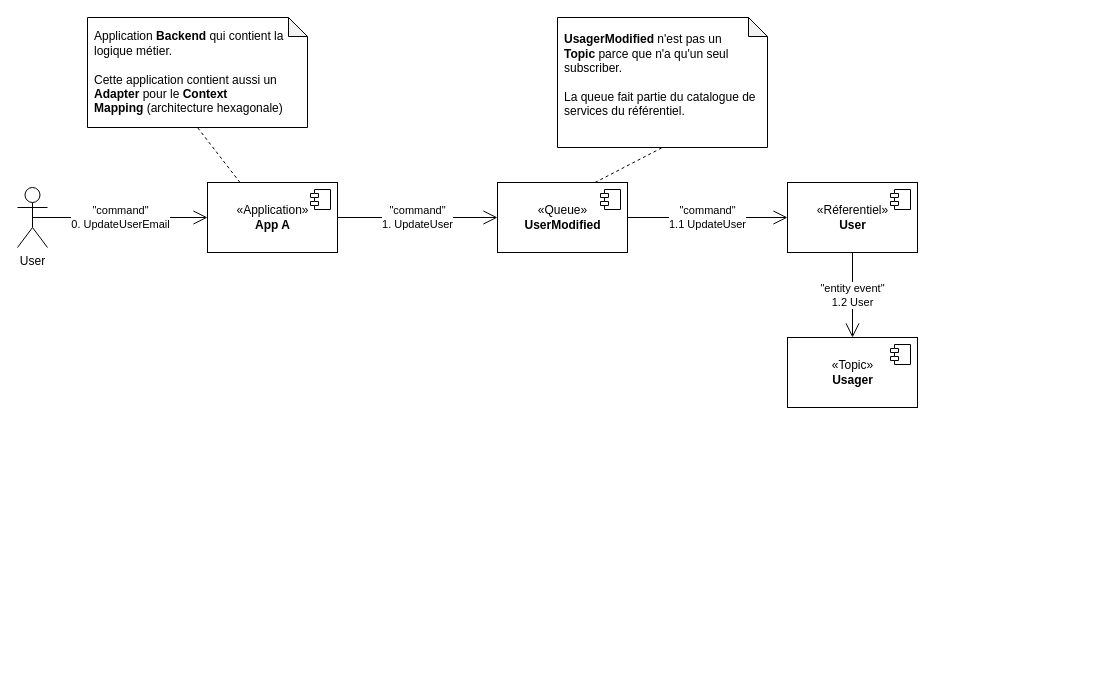
Earlier version of the draw.io diagram page "produce-and-consume-data" (3 of 6) of drafts/data-liberation.drawio (diplomegalo/event-driven). Source tidied: cells renumbered, new cells numbered last; positions are measured from the earlier drawing's top-left corner, leaving out a move shared by most shapes. Both pictures are drawn from the tidied source at 100%, with x=0, y=0 at pixel (17, 17).
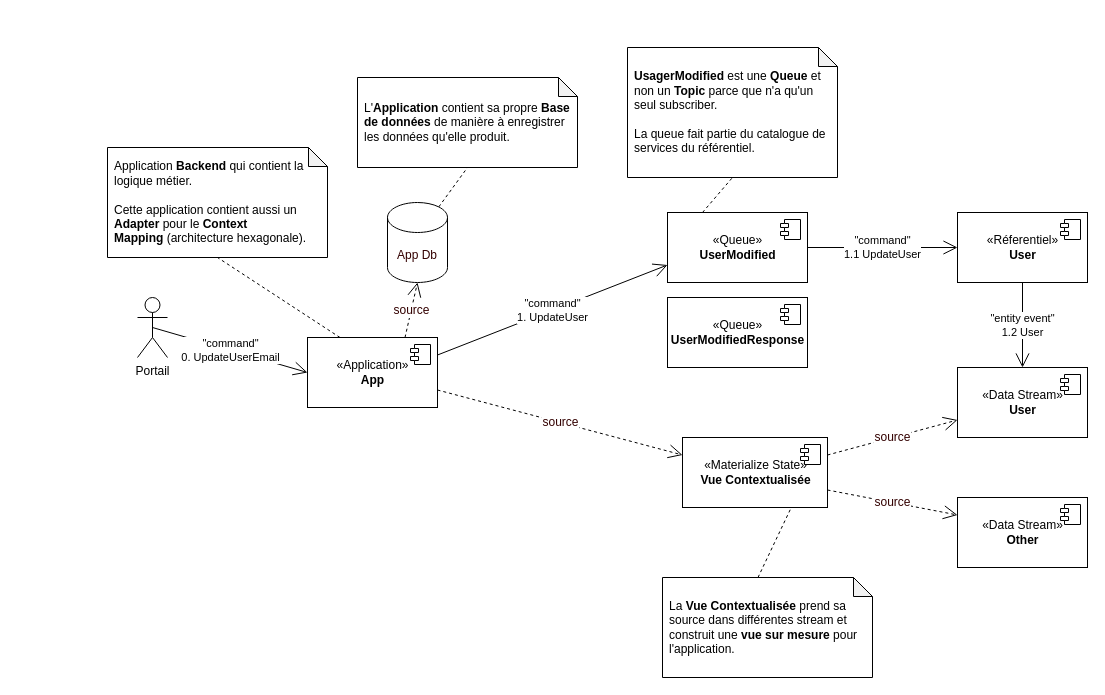
Above is the later version.

Commit message (it also covers changes not shown here):
data stream

The edit, as a diff of the source:
```diff
@@
-    <mxCell id="2" value="«Application»&lt;br&gt;&lt;b&gt;App A&lt;/b&gt;" style="html=1;" parent="1" vertex="1">
-      <mxGeometry x="190" y="165" width="130" height="70" as="geometry" />
+    <mxCell id="2" value="«Application»&lt;br&gt;&lt;b&gt;App&lt;/b&gt;" style="html=1;" parent="1" vertex="1">
+      <mxGeometry x="290" y="320" width="130" height="70" as="geometry" />
     </mxCell>
@@
-    <mxCell id="4" value="User" style="shape=umlActor;verticalLabelPosition=bottom;verticalAlign=top;html=1;outlineConnect=0;" parent="1" vertex="1">
-      <mxGeometry y="170" width="30" height="60" as="geometry" />
+    <mxCell id="4" value="Portail" style="shape=umlActor;verticalLabelPosition=bottom;verticalAlign=top;html=1;outlineConnect=0;" parent="1" vertex="1">
+      <mxGeometry x="120" y="280" width="30" height="60" as="geometry" />
     </mxCell>
@@
-    <mxCell id="6" value="Application &lt;b&gt;Backend&lt;/b&gt; qui contient la logique métier. &lt;br&gt;&lt;br&gt;Cette application contient aussi un &lt;b&gt;Adapter&lt;/b&gt; pour le &lt;b&gt;Context Mapping&lt;/b&gt;&amp;nbsp;(architecture hexagonale)" style="shape=note;whiteSpace=wrap;html=1;backgroundOutline=1;darkOpacity=0.05;size=19;align=left;spacingLeft=5;spacingRight=0;" parent="1" vertex="1">
-      <mxGeometry x="70" width="220" height="110" as="geometry" />
+    <mxCell id="6" value="Application &lt;b&gt;Backend&lt;/b&gt; qui contient la logique métier. &lt;br&gt;&lt;br&gt;Cette application contient aussi un &lt;b&gt;Adapter&lt;/b&gt; pour le &lt;b&gt;Context Mapping&lt;/b&gt;&amp;nbsp;(architecture hexagonale)." style="shape=note;whiteSpace=wrap;html=1;backgroundOutline=1;darkOpacity=0.05;size=19;align=left;spacingLeft=5;spacingRight=0;" parent="1" vertex="1">
+      <mxGeometry x="90" y="130" width="220" height="110" as="geometry" />
     </mxCell>
@@
     <mxCell id="8" value="«Queue»&lt;br&gt;&lt;b&gt;UserModified&lt;/b&gt;" style="html=1;" parent="1" vertex="1">
-      <mxGeometry x="480" y="165" width="130" height="70" as="geometry" />
+      <mxGeometry x="650" y="195" width="140" height="70" as="geometry" />
     </mxCell>
@@
-    <mxCell id="10" value="&lt;b&gt;UsagerModified&lt;/b&gt; n'est pas un &lt;b&gt;Topic&lt;/b&gt;&amp;nbsp;parce que n'a qu'un seul subscriber.&lt;br&gt;&lt;br&gt;La queue fait partie du catalogue de services du référentiel.&lt;br&gt;&lt;br&gt;" style="shape=note;whiteSpace=wrap;html=1;backgroundOutline=1;darkOpacity=0.05;size=19;align=left;spacingLeft=5;spacingRight=0;" parent="1" vertex="1">
-      <mxGeometry x="540" width="210" height="130" as="geometry" />
+    <mxCell id="10" value="&lt;b&gt;UsagerModified&lt;/b&gt;&amp;nbsp;est une &lt;b&gt;Queue&lt;/b&gt; et non un &lt;b&gt;Topic&lt;/b&gt;&amp;nbsp;parce que n'a qu'un seul subscriber.&lt;br&gt;&lt;br&gt;La queue fait partie du catalogue de services du référentiel.&lt;br&gt;" style="shape=note;whiteSpace=wrap;html=1;backgroundOutline=1;darkOpacity=0.05;size=19;align=left;spacingLeft=5;spacingRight=0;" parent="1" vertex="1">
+      <mxGeometry x="610" y="30" width="210" height="130" as="geometry" />
     </mxCell>
-    <mxCell id="11" value="&quot;command&quot;&lt;br&gt;1. UpdateUser" style="endArrow=open;endFill=1;endSize=12;html=1;exitX=1;exitY=0.5;exitDx=0;exitDy=0;entryX=0;entryY=0.5;entryDx=0;entryDy=0;" parent="1" edge="1" source="2" target="8">
+    <mxCell id="11" value="&quot;command&quot;&lt;br&gt;1. UpdateUser" style="endArrow=open;endFill=1;endSize=12;html=1;exitX=1;exitY=0.25;exitDx=0;exitDy=0;entryX=0;entryY=0.75;entryDx=0;entryDy=0;" parent="1" edge="1" source="2" target="8">
       <mxGeometry relative="1" as="geometry" />
     </mxCell>
-    <mxCell id="12" style="endArrow=none;dashed=1;html=1;exitX=0.75;exitY=0;exitDx=0;exitDy=0;entryX=0.5;entryY=1;entryDx=0;entryDy=0;entryPerimeter=0;" parent="1" edge="1" source="8" target="10">
+    <mxCell id="12" style="endArrow=none;dashed=1;html=1;exitX=0.25;exitY=0;exitDx=0;exitDy=0;entryX=0.5;entryY=1;entryDx=0;entryDy=0;entryPerimeter=0;" parent="1" edge="1" source="8" target="10">
       <mxGeometry relative="1" as="geometry" />
     </mxCell>
     <mxCell id="13" value="«Réferentiel»&lt;br&gt;&lt;b&gt;User&lt;/b&gt;" style="html=1;" parent="1" vertex="1">
-      <mxGeometry x="770" y="165" width="130" height="70" as="geometry" />
+      <mxGeometry x="940" y="195" width="130" height="70" as="geometry" />
     </mxCell>
@@
-    <mxCell id="16" value="«Topic»&lt;br&gt;&lt;b&gt;Usager&lt;/b&gt;" style="html=1;" parent="1" vertex="1">
-      <mxGeometry x="770" y="320" width="130" height="70" as="geometry" />
+    <mxCell id="16" value="«Data Stream»&lt;br&gt;&lt;b&gt;User&lt;/b&gt;" style="html=1;" parent="1" vertex="1">
+      <mxGeometry x="940" y="350" width="130" height="70" as="geometry" />
     </mxCell>
@@
+    <mxCell id="19" value="«Materialize State»&lt;br&gt;&lt;b&gt;Vue Contextualisée&lt;/b&gt;" style="html=1;" parent="1" vertex="1">
+      <mxGeometry x="665" y="420" width="145" height="70" as="geometry" />
+    </mxCell>
+    <mxCell id="20" style="shape=module;jettyWidth=8;jettyHeight=4;" parent="19" vertex="1">
+      <mxGeometry x="1" width="20" height="20" relative="1" as="geometry">
+        <mxPoint x="-27" y="7" as="offset" />
+      </mxGeometry>
+    </mxCell>
+    <mxCell id="21" value="«Data Stream»&lt;br&gt;&lt;b&gt;Other&lt;/b&gt;" style="html=1;" parent="1" vertex="1">
+      <mxGeometry x="940" y="480" width="130" height="70" as="geometry" />
+    </mxCell>
+    <mxCell id="22" style="shape=module;jettyWidth=8;jettyHeight=4;" parent="21" vertex="1">
+      <mxGeometry x="1" width="20" height="20" relative="1" as="geometry">
+        <mxPoint x="-27" y="7" as="offset" />
+      </mxGeometry>
+    </mxCell>
+    <mxCell id="23" value="source" style="endArrow=open;endSize=12;dashed=1;html=1;fontSize=12;fontColor=#330000;entryX=0;entryY=0.75;entryDx=0;entryDy=0;exitX=1;exitY=0.25;exitDx=0;exitDy=0;" parent="1" edge="1" source="19" target="16">
+      <mxGeometry relative="1" as="geometry" />
+    </mxCell>
+    <mxCell id="24" value="source" style="endArrow=open;endSize=12;dashed=1;html=1;fontSize=12;fontColor=#330000;entryX=0;entryY=0.25;entryDx=0;entryDy=0;exitX=1;exitY=0.75;exitDx=0;exitDy=0;" parent="1" edge="1" source="19" target="21">
+      <mxGeometry relative="1" as="geometry" />
+    </mxCell>
+    <mxCell id="25" value="source" style="endArrow=open;endSize=12;dashed=1;html=1;fontSize=12;fontColor=#330000;entryX=0;entryY=0.25;entryDx=0;entryDy=0;exitX=1;exitY=0.75;exitDx=0;exitDy=0;" parent="1" edge="1" source="2" target="19">
+      <mxGeometry relative="1" as="geometry" />
+    </mxCell>
+    <mxCell id="26" value="La&lt;b&gt; Vue Contextualisée&lt;/b&gt;&amp;nbsp;prend sa source dans différentes stream et construit une &lt;b&gt;vue sur mesure&lt;/b&gt;&amp;nbsp;pour l'application." style="shape=note;whiteSpace=wrap;html=1;backgroundOutline=1;darkOpacity=0.05;size=19;align=left;spacingLeft=5;spacingRight=0;" parent="1" vertex="1">
+      <mxGeometry x="645" y="560" width="210" height="100" as="geometry" />
+    </mxCell>
+    <mxCell id="27" style="endArrow=none;dashed=1;html=1;exitX=0;exitY=0;exitDx=95.5;exitDy=0;entryX=0.75;entryY=1;entryDx=0;entryDy=0;exitPerimeter=0;" parent="1" edge="1" source="26" target="19">
+      <mxGeometry relative="1" as="geometry" />
+    </mxCell>
+    <mxCell id="28" value="App Db" style="shape=cylinder3;whiteSpace=wrap;html=1;boundedLbl=1;backgroundOutline=1;size=15;fontSize=12;fontColor=#330000;align=center;" parent="1" vertex="1">
+      <mxGeometry x="370" y="185" width="60" height="80" as="geometry" />
+    </mxCell>
+    <mxCell id="29" value="source" style="endArrow=open;endSize=12;dashed=1;html=1;fontSize=12;fontColor=#330000;exitX=0.75;exitY=0;exitDx=0;exitDy=0;entryX=0.5;entryY=1;entryDx=0;entryDy=0;entryPerimeter=0;" parent="1" edge="1" source="2" target="28">
+      <mxGeometry relative="1" as="geometry" />
+    </mxCell>
+    <mxCell id="30" value="L'&lt;b&gt;Application&lt;/b&gt;&amp;nbsp;contient sa propre &lt;b&gt;Base de données&lt;/b&gt;&amp;nbsp;de manière à enregistrer les données qu'elle produit." style="shape=note;whiteSpace=wrap;html=1;backgroundOutline=1;darkOpacity=0.05;size=19;align=left;spacingLeft=5;spacingRight=0;" parent="1" vertex="1">
+      <mxGeometry x="340" y="60" width="220" height="90" as="geometry" />
+    </mxCell>
+    <mxCell id="31" style="endArrow=none;dashed=1;html=1;exitX=0.855;exitY=0;exitDx=0;exitDy=4.35;entryX=0.5;entryY=1;entryDx=0;entryDy=0;entryPerimeter=0;exitPerimeter=0;" parent="1" edge="1" source="28" target="30">
+      <mxGeometry relative="1" as="geometry" />
+    </mxCell>
+    <mxCell id="32" value="«Queue»&lt;br&gt;&lt;b&gt;UserModifiedResponse&lt;/b&gt;" style="html=1;" parent="1" vertex="1">
+      <mxGeometry x="650" y="280" width="140" height="70" as="geometry" />
+    </mxCell>
+    <mxCell id="33" style="shape=module;jettyWidth=8;jettyHeight=4;" parent="32" vertex="1">
+      <mxGeometry x="1" width="20" height="20" relative="1" as="geometry">
+        <mxPoint x="-27" y="7" as="offset" />
+      </mxGeometry>
+    </mxCell>
```
